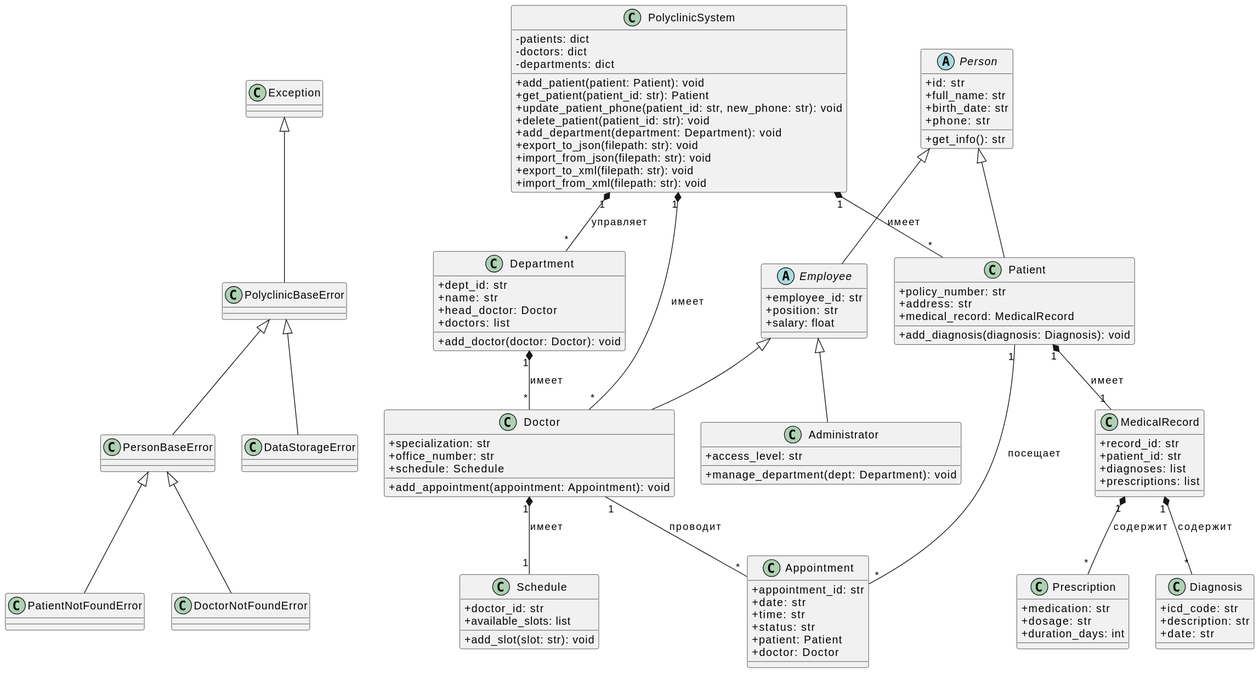
This is docs/start_uml.svg from Tylenchik45/polyclinic_lab, a PlantUML export, as it was before one commit.
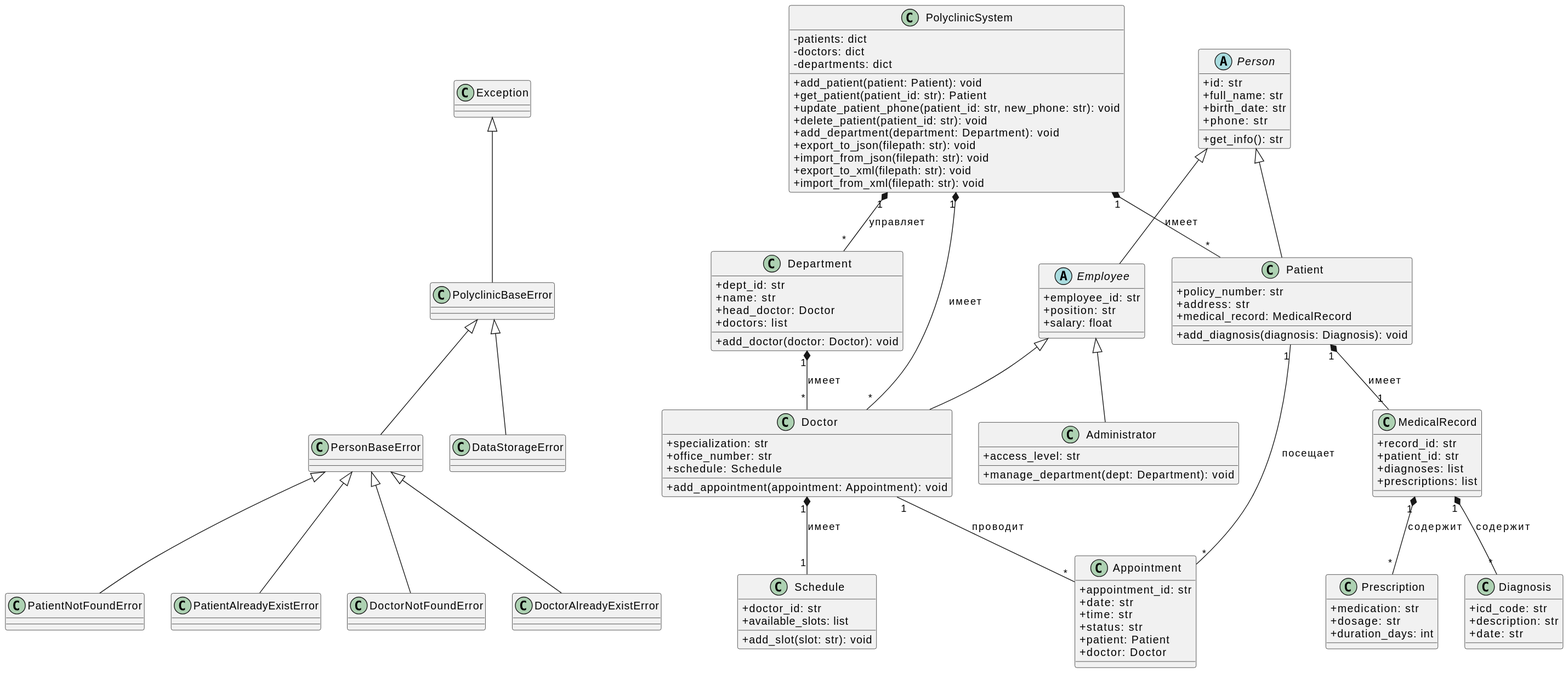
Later version of the same file.

Commit message:
Обновил UML диаграмму

Diff of the diagram source:
```diff
@@ -13,7 +13,13 @@
 class PatientNotFoundError {
 }
 
+class PatientAlreadyExistError {
+}
+
 class DoctorNotFoundError{
+}
+
+class DoctorAlreadyExistError {
 }
 
 class DataStorageError {
@@ -23,6 +29,8 @@
 PolyclinicBaseError <|-- PersonBaseError
 PersonBaseError <|-- PatientNotFoundError
 PersonBaseError <|-- DoctorNotFoundError
+PersonBaseError <|-- PatientAlreadyExistError
+PersonBaseError <|-- DoctorAlreadyExistError
 PolyclinicBaseError <|-- DataStorageError
 
 abstract class Person {
```
